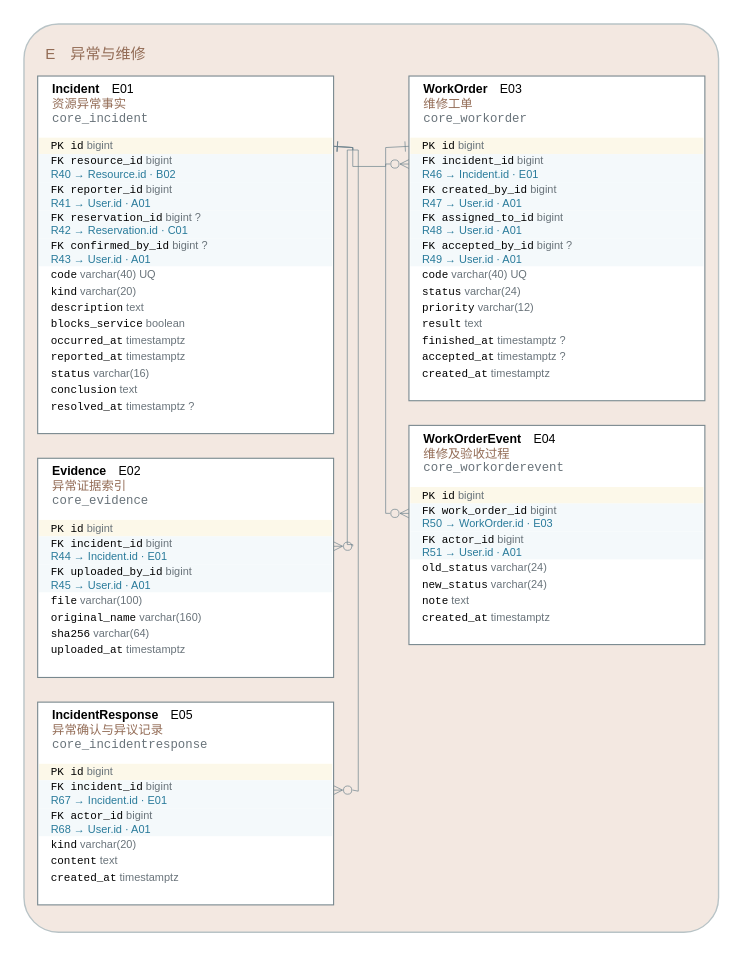
yvming67-gif/campus-lab-equipment-manager keeps this draw.io diagram as models/图形源文件/图D-6-异常与维修ERD.drawio. Above is the earlier version. Source tidied: cells renumbered, new cells numbered last; positions are measured from the earlier drawing's top-left corner, leaving out a move shared by most shapes. Both pictures are drawn from the tidied source at 137%, with x=0, y=0 at pixel (23, 23).
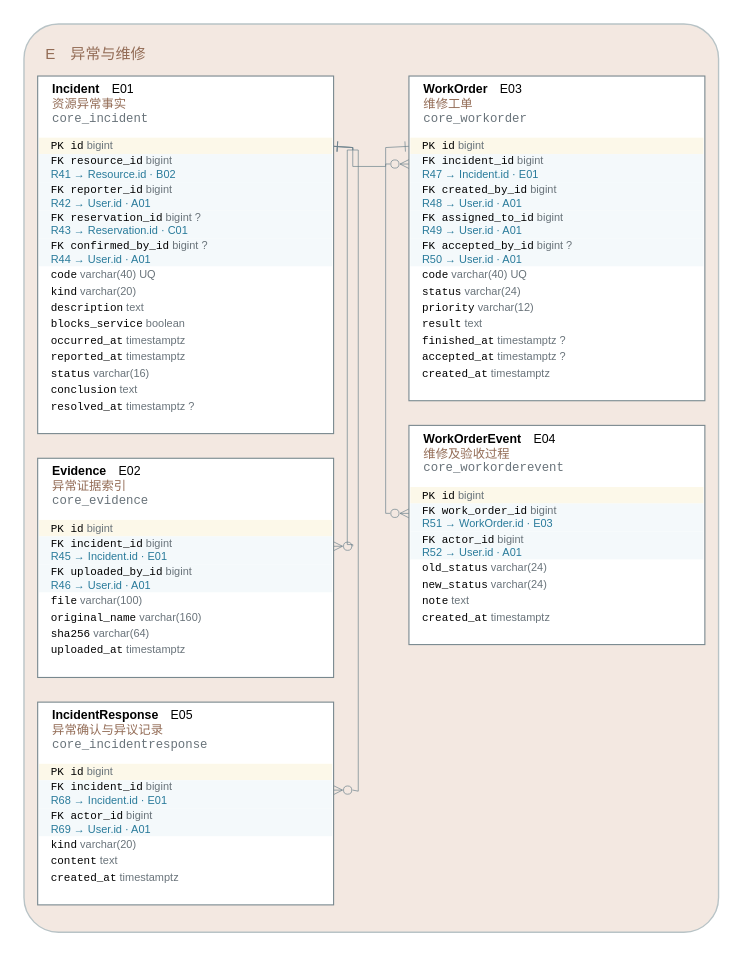
The same page after the edit.

The change refers to these unchanged cells:
```xml
<mxCell id="6" style="rounded=0;fillColor=#ffffff;strokeColor=#78888e;strokeWidth=0.8;" parent="3" vertex="1">
  <mxGeometry x="10" y="38" width="216" height="261" as="geometry" />
</mxCell>
<mxCell id="22" style="rounded=0;fillColor=#ffffff;strokeColor=#78888e;strokeWidth=0.8;" parent="3" vertex="1">
  <mxGeometry x="10" y="317" width="216" height="160" as="geometry" />
</mxCell>
<mxCell id="31" style="rounded=0;fillColor=#ffffff;strokeColor=#78888e;strokeWidth=0.8;" parent="3" vertex="1">
  <mxGeometry x="10" y="495" width="216" height="148" as="geometry" />
</mxCell>
<mxCell id="39" style="rounded=0;fillColor=#ffffff;strokeColor=#78888e;strokeWidth=0.8;" parent="3" vertex="1">
  <mxGeometry x="281" y="38" width="216" height="237" as="geometry" />
</mxCell>
<mxCell id="53" style="rounded=0;fillColor=#ffffff;strokeColor=#78888e;strokeWidth=0.8;" parent="3" vertex="1">
  <mxGeometry x="281" y="293" width="216" height="160" as="geometry" />
</mxCell>
```

Diff of the diagram source:
```diff
@@
-    <mxCell id="9" value="&lt;font face='Consolas'&gt;FK resource_id&lt;/font&gt; &lt;font color='#69737a'&gt;bigint&lt;/font&gt;&lt;br/&gt;&lt;font color='#287a9a'&gt;R40 → Resource.id · B02&lt;/font&gt;" style="text;html=1;whiteSpace=wrap;fillColor=#f4f9fb;strokeColor=none;align=left;verticalAlign=middle;spacingLeft=7;fontSize=8;fontFamily=Microsoft YaHei;" parent="6" vertex="1">
+    <mxCell id="9" value="&lt;font face='Consolas'&gt;FK resource_id&lt;/font&gt; &lt;font color='#69737a'&gt;bigint&lt;/font&gt;&lt;br/&gt;&lt;font color='#287a9a'&gt;R41 → Resource.id · B02&lt;/font&gt;" style="text;html=1;whiteSpace=wrap;fillColor=#f4f9fb;strokeColor=none;align=left;verticalAlign=middle;spacingLeft=7;fontSize=8;fontFamily=Microsoft YaHei;" parent="6" vertex="1">
       <mxGeometry x="1" y="57" width="214" height="20.5" as="geometry" />
     </mxCell>
-    <mxCell id="10" value="&lt;font face='Consolas'&gt;FK reporter_id&lt;/font&gt; &lt;font color='#69737a'&gt;bigint&lt;/font&gt;&lt;br/&gt;&lt;font color='#287a9a'&gt;R41 → User.id · A01&lt;/font&gt;" style="text;html=1;whiteSpace=wrap;fillColor=#f4f9fb;strokeColor=none;align=left;verticalAlign=middle;spacingLeft=7;fontSize=8;fontFamily=Microsoft YaHei;" parent="6" vertex="1">
+    <mxCell id="10" value="&lt;font face='Consolas'&gt;FK reporter_id&lt;/font&gt; &lt;font color='#69737a'&gt;bigint&lt;/font&gt;&lt;br/&gt;&lt;font color='#287a9a'&gt;R42 → User.id · A01&lt;/font&gt;" style="text;html=1;whiteSpace=wrap;fillColor=#f4f9fb;strokeColor=none;align=left;verticalAlign=middle;spacingLeft=7;fontSize=8;fontFamily=Microsoft YaHei;" parent="6" vertex="1">
       <mxGeometry x="1" y="77.5" width="214" height="20.5" as="geometry" />
     </mxCell>
-    <mxCell id="11" value="&lt;font face='Consolas'&gt;FK reservation_id&lt;/font&gt; &lt;font color='#69737a'&gt;bigint ?&lt;/font&gt;&lt;br/&gt;&lt;font color='#287a9a'&gt;R42 → Reservation.id · C01&lt;/font&gt;" style="text;html=1;whiteSpace=wrap;fillColor=#f4f9fb;strokeColor=none;align=left;verticalAlign=middle;spacingLeft=7;fontSize=8;fontFamily=Microsoft YaHei;" parent="6" vertex="1">
+    <mxCell id="11" value="&lt;font face='Consolas'&gt;FK reservation_id&lt;/font&gt; &lt;font color='#69737a'&gt;bigint ?&lt;/font&gt;&lt;br/&gt;&lt;font color='#287a9a'&gt;R43 → Reservation.id · C01&lt;/font&gt;" style="text;html=1;whiteSpace=wrap;fillColor=#f4f9fb;strokeColor=none;align=left;verticalAlign=middle;spacingLeft=7;fontSize=8;fontFamily=Microsoft YaHei;" parent="6" vertex="1">
       <mxGeometry x="1" y="98" width="214" height="20.5" as="geometry" />
     </mxCell>
-    <mxCell id="12" value="&lt;font face='Consolas'&gt;FK confirmed_by_id&lt;/font&gt; &lt;font color='#69737a'&gt;bigint ?&lt;/font&gt;&lt;br/&gt;&lt;font color='#287a9a'&gt;R43 → User.id · A01&lt;/font&gt;" style="text;html=1;whiteSpace=wrap;fillColor=#f4f9fb;strokeColor=none;align=left;verticalAlign=middle;spacingLeft=7;fontSize=8;fontFamily=Microsoft YaHei;" parent="6" vertex="1">
+    <mxCell id="12" value="&lt;font face='Consolas'&gt;FK confirmed_by_id&lt;/font&gt; &lt;font color='#69737a'&gt;bigint ?&lt;/font&gt;&lt;br/&gt;&lt;font color='#287a9a'&gt;R44 → User.id · A01&lt;/font&gt;" style="text;html=1;whiteSpace=wrap;fillColor=#f4f9fb;strokeColor=none;align=left;verticalAlign=middle;spacingLeft=7;fontSize=8;fontFamily=Microsoft YaHei;" parent="6" vertex="1">
       <mxGeometry x="1" y="118.5" width="214" height="20.5" as="geometry" />
     </mxCell>
@@
-    <mxCell id="25" value="&lt;font face='Consolas'&gt;FK incident_id&lt;/font&gt; &lt;font color='#69737a'&gt;bigint&lt;/font&gt;&lt;br/&gt;&lt;font color='#287a9a'&gt;R44 → Incident.id · E01&lt;/font&gt;" style="text;html=1;whiteSpace=wrap;fillColor=#f4f9fb;strokeColor=none;align=left;verticalAlign=middle;spacingLeft=7;fontSize=8;fontFamily=Microsoft YaHei;" parent="22" vertex="1">
+    <mxCell id="25" value="&lt;font face='Consolas'&gt;FK incident_id&lt;/font&gt; &lt;font color='#69737a'&gt;bigint&lt;/font&gt;&lt;br/&gt;&lt;font color='#287a9a'&gt;R45 → Incident.id · E01&lt;/font&gt;" style="text;html=1;whiteSpace=wrap;fillColor=#f4f9fb;strokeColor=none;align=left;verticalAlign=middle;spacingLeft=7;fontSize=8;fontFamily=Microsoft YaHei;" parent="22" vertex="1">
       <mxGeometry x="1" y="57" width="214" height="20.5" as="geometry" />
     </mxCell>
-    <mxCell id="26" value="&lt;font face='Consolas'&gt;FK uploaded_by_id&lt;/font&gt; &lt;font color='#69737a'&gt;bigint&lt;/font&gt;&lt;br/&gt;&lt;font color='#287a9a'&gt;R45 → User.id · A01&lt;/font&gt;" style="text;html=1;whiteSpace=wrap;fillColor=#f4f9fb;strokeColor=none;align=left;verticalAlign=middle;spacingLeft=7;fontSize=8;fontFamily=Microsoft YaHei;" parent="22" vertex="1">
+    <mxCell id="26" value="&lt;font face='Consolas'&gt;FK uploaded_by_id&lt;/font&gt; &lt;font color='#69737a'&gt;bigint&lt;/font&gt;&lt;br/&gt;&lt;font color='#287a9a'&gt;R46 → User.id · A01&lt;/font&gt;" style="text;html=1;whiteSpace=wrap;fillColor=#f4f9fb;strokeColor=none;align=left;verticalAlign=middle;spacingLeft=7;fontSize=8;fontFamily=Microsoft YaHei;" parent="22" vertex="1">
       <mxGeometry x="1" y="77.5" width="214" height="20.5" as="geometry" />
     </mxCell>
@@
-    <mxCell id="34" value="&lt;font face='Consolas'&gt;FK incident_id&lt;/font&gt; &lt;font color='#69737a'&gt;bigint&lt;/font&gt;&lt;br/&gt;&lt;font color='#287a9a'&gt;R67 → Incident.id · E01&lt;/font&gt;" style="text;html=1;whiteSpace=wrap;fillColor=#f4f9fb;strokeColor=none;align=left;verticalAlign=middle;spacingLeft=7;fontSize=8;fontFamily=Microsoft YaHei;" parent="31" vertex="1">
+    <mxCell id="34" value="&lt;font face='Consolas'&gt;FK incident_id&lt;/font&gt; &lt;font color='#69737a'&gt;bigint&lt;/font&gt;&lt;br/&gt;&lt;font color='#287a9a'&gt;R68 → Incident.id · E01&lt;/font&gt;" style="text;html=1;whiteSpace=wrap;fillColor=#f4f9fb;strokeColor=none;align=left;verticalAlign=middle;spacingLeft=7;fontSize=8;fontFamily=Microsoft YaHei;" parent="31" vertex="1">
       <mxGeometry x="1" y="57" width="214" height="20.5" as="geometry" />
     </mxCell>
-    <mxCell id="35" value="&lt;font face='Consolas'&gt;FK actor_id&lt;/font&gt; &lt;font color='#69737a'&gt;bigint&lt;/font&gt;&lt;br/&gt;&lt;font color='#287a9a'&gt;R68 → User.id · A01&lt;/font&gt;" style="text;html=1;whiteSpace=wrap;fillColor=#f4f9fb;strokeColor=none;align=left;verticalAlign=middle;spacingLeft=7;fontSize=8;fontFamily=Microsoft YaHei;" parent="31" vertex="1">
+    <mxCell id="35" value="&lt;font face='Consolas'&gt;FK actor_id&lt;/font&gt; &lt;font color='#69737a'&gt;bigint&lt;/font&gt;&lt;br/&gt;&lt;font color='#287a9a'&gt;R69 → User.id · A01&lt;/font&gt;" style="text;html=1;whiteSpace=wrap;fillColor=#f4f9fb;strokeColor=none;align=left;verticalAlign=middle;spacingLeft=7;fontSize=8;fontFamily=Microsoft YaHei;" parent="31" vertex="1">
       <mxGeometry x="1" y="77.5" width="214" height="20.5" as="geometry" />
     </mxCell>
@@
-    <mxCell id="42" value="&lt;font face='Consolas'&gt;FK incident_id&lt;/font&gt; &lt;font color='#69737a'&gt;bigint&lt;/font&gt;&lt;br/&gt;&lt;font color='#287a9a'&gt;R46 → Incident.id · E01&lt;/font&gt;" style="text;html=1;whiteSpace=wrap;fillColor=#f4f9fb;strokeColor=none;align=left;verticalAlign=middle;spacingLeft=7;fontSize=8;fontFamily=Microsoft YaHei;" parent="39" vertex="1">
+    <mxCell id="42" value="&lt;font face='Consolas'&gt;FK incident_id&lt;/font&gt; &lt;font color='#69737a'&gt;bigint&lt;/font&gt;&lt;br/&gt;&lt;font color='#287a9a'&gt;R47 → Incident.id · E01&lt;/font&gt;" style="text;html=1;whiteSpace=wrap;fillColor=#f4f9fb;strokeColor=none;align=left;verticalAlign=middle;spacingLeft=7;fontSize=8;fontFamily=Microsoft YaHei;" parent="39" vertex="1">
       <mxGeometry x="1" y="57" width="214" height="20.5" as="geometry" />
     </mxCell>
-    <mxCell id="43" value="&lt;font face='Consolas'&gt;FK created_by_id&lt;/font&gt; &lt;font color='#69737a'&gt;bigint&lt;/font&gt;&lt;br/&gt;&lt;font color='#287a9a'&gt;R47 → User.id · A01&lt;/font&gt;" style="text;html=1;whiteSpace=wrap;fillColor=#f4f9fb;strokeColor=none;align=left;verticalAlign=middle;spacingLeft=7;fontSize=8;fontFamily=Microsoft YaHei;" parent="39" vertex="1">
+    <mxCell id="43" value="&lt;font face='Consolas'&gt;FK created_by_id&lt;/font&gt; &lt;font color='#69737a'&gt;bigint&lt;/font&gt;&lt;br/&gt;&lt;font color='#287a9a'&gt;R48 → User.id · A01&lt;/font&gt;" style="text;html=1;whiteSpace=wrap;fillColor=#f4f9fb;strokeColor=none;align=left;verticalAlign=middle;spacingLeft=7;fontSize=8;fontFamily=Microsoft YaHei;" parent="39" vertex="1">
       <mxGeometry x="1" y="77.5" width="214" height="20.5" as="geometry" />
     </mxCell>
-    <mxCell id="44" value="&lt;font face='Consolas'&gt;FK assigned_to_id&lt;/font&gt; &lt;font color='#69737a'&gt;bigint&lt;/font&gt;&lt;br/&gt;&lt;font color='#287a9a'&gt;R48 → User.id · A01&lt;/font&gt;" style="text;html=1;whiteSpace=wrap;fillColor=#f4f9fb;strokeColor=none;align=left;verticalAlign=middle;spacingLeft=7;fontSize=8;fontFamily=Microsoft YaHei;" parent="39" vertex="1">
+    <mxCell id="44" value="&lt;font face='Consolas'&gt;FK assigned_to_id&lt;/font&gt; &lt;font color='#69737a'&gt;bigint&lt;/font&gt;&lt;br/&gt;&lt;font color='#287a9a'&gt;R49 → User.id · A01&lt;/font&gt;" style="text;html=1;whiteSpace=wrap;fillColor=#f4f9fb;strokeColor=none;align=left;verticalAlign=middle;spacingLeft=7;fontSize=8;fontFamily=Microsoft YaHei;" parent="39" vertex="1">
       <mxGeometry x="1" y="98" width="214" height="20.5" as="geometry" />
     </mxCell>
-    <mxCell id="45" value="&lt;font face='Consolas'&gt;FK accepted_by_id&lt;/font&gt; &lt;font color='#69737a'&gt;bigint ?&lt;/font&gt;&lt;br/&gt;&lt;font color='#287a9a'&gt;R49 → User.id · A01&lt;/font&gt;" style="text;html=1;whiteSpace=wrap;fillColor=#f4f9fb;strokeColor=none;align=left;verticalAlign=middle;spacingLeft=7;fontSize=8;fontFamily=Microsoft YaHei;" parent="39" vertex="1">
+    <mxCell id="45" value="&lt;font face='Consolas'&gt;FK accepted_by_id&lt;/font&gt; &lt;font color='#69737a'&gt;bigint ?&lt;/font&gt;&lt;br/&gt;&lt;font color='#287a9a'&gt;R50 → User.id · A01&lt;/font&gt;" style="text;html=1;whiteSpace=wrap;fillColor=#f4f9fb;strokeColor=none;align=left;verticalAlign=middle;spacingLeft=7;fontSize=8;fontFamily=Microsoft YaHei;" parent="39" vertex="1">
       <mxGeometry x="1" y="118.5" width="214" height="20.5" as="geometry" />
     </mxCell>
@@
-    <mxCell id="56" value="&lt;font face='Consolas'&gt;FK work_order_id&lt;/font&gt; &lt;font color='#69737a'&gt;bigint&lt;/font&gt;&lt;br/&gt;&lt;font color='#287a9a'&gt;R50 → WorkOrder.id · E03&lt;/font&gt;" style="text;html=1;whiteSpace=wrap;fillColor=#f4f9fb;strokeColor=none;align=left;verticalAlign=middle;spacingLeft=7;fontSize=8;fontFamily=Microsoft YaHei;" parent="53" vertex="1">
+    <mxCell id="56" value="&lt;font face='Consolas'&gt;FK work_order_id&lt;/font&gt; &lt;font color='#69737a'&gt;bigint&lt;/font&gt;&lt;br/&gt;&lt;font color='#287a9a'&gt;R51 → WorkOrder.id · E03&lt;/font&gt;" style="text;html=1;whiteSpace=wrap;fillColor=#f4f9fb;strokeColor=none;align=left;verticalAlign=middle;spacingLeft=7;fontSize=8;fontFamily=Microsoft YaHei;" parent="53" vertex="1">
       <mxGeometry x="1" y="57" width="214" height="20.5" as="geometry" />
     </mxCell>
-    <mxCell id="57" value="&lt;font face='Consolas'&gt;FK actor_id&lt;/font&gt; &lt;font color='#69737a'&gt;bigint&lt;/font&gt;&lt;br/&gt;&lt;font color='#287a9a'&gt;R51 → User.id · A01&lt;/font&gt;" style="text;html=1;whiteSpace=wrap;fillColor=#f4f9fb;strokeColor=none;align=left;verticalAlign=middle;spacingLeft=7;fontSize=8;fontFamily=Microsoft YaHei;" parent="53" vertex="1">
+    <mxCell id="57" value="&lt;font face='Consolas'&gt;FK actor_id&lt;/font&gt; &lt;font color='#69737a'&gt;bigint&lt;/font&gt;&lt;br/&gt;&lt;font color='#287a9a'&gt;R52 → User.id · A01&lt;/font&gt;" style="text;html=1;whiteSpace=wrap;fillColor=#f4f9fb;strokeColor=none;align=left;verticalAlign=middle;spacingLeft=7;fontSize=8;fontFamily=Microsoft YaHei;" parent="53" vertex="1">
       <mxGeometry x="1" y="77.5" width="214" height="20.5" as="geometry" />
     </mxCell>
```
